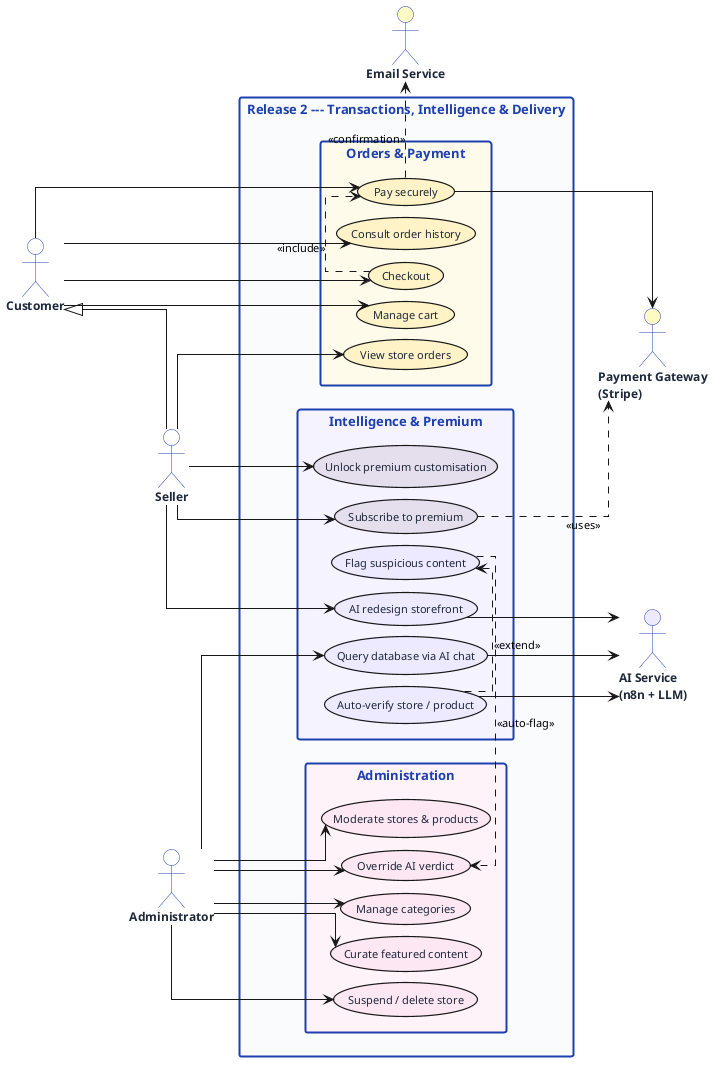
Earlier version of the PlantUML export img/uc-release2.png (NadimJebali/NadimJebali-Pfe-rapport-V2).
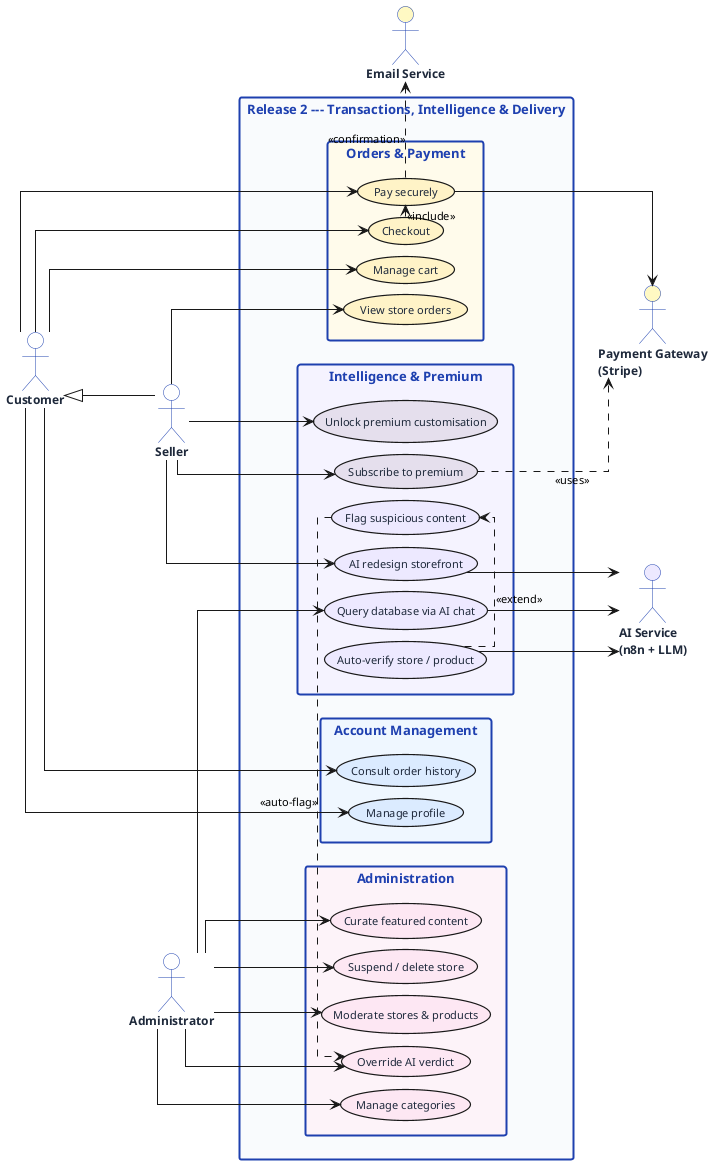
After the change.

What changed in the source:
```diff
@@ -44,8 +44,12 @@
     (Manage cart)            as O1 #FEF3C7
     (Checkout)               as O2 #FEF3C7
     (Pay securely)           as O3 #FEF3C7
-    (Consult order history)  as O4 #FEF3C7
     (View store orders)      as O5 #FEF3C7
+  }
+
+  rectangle "Account Management" #EFF6FF {
+    (Manage profile)         as AC1 #DBEAFE
+    (Consult order history)  as O4 #DBEAFE
   }
 
   rectangle "Administration" #FDF2F8 {
@@ -74,6 +78,7 @@
 Customer --> O2
 Customer --> O3
 Customer --> O4
+Customer --> AC1
 Seller   --> O5
 Seller   --> V4
 Seller   --> P1
```
